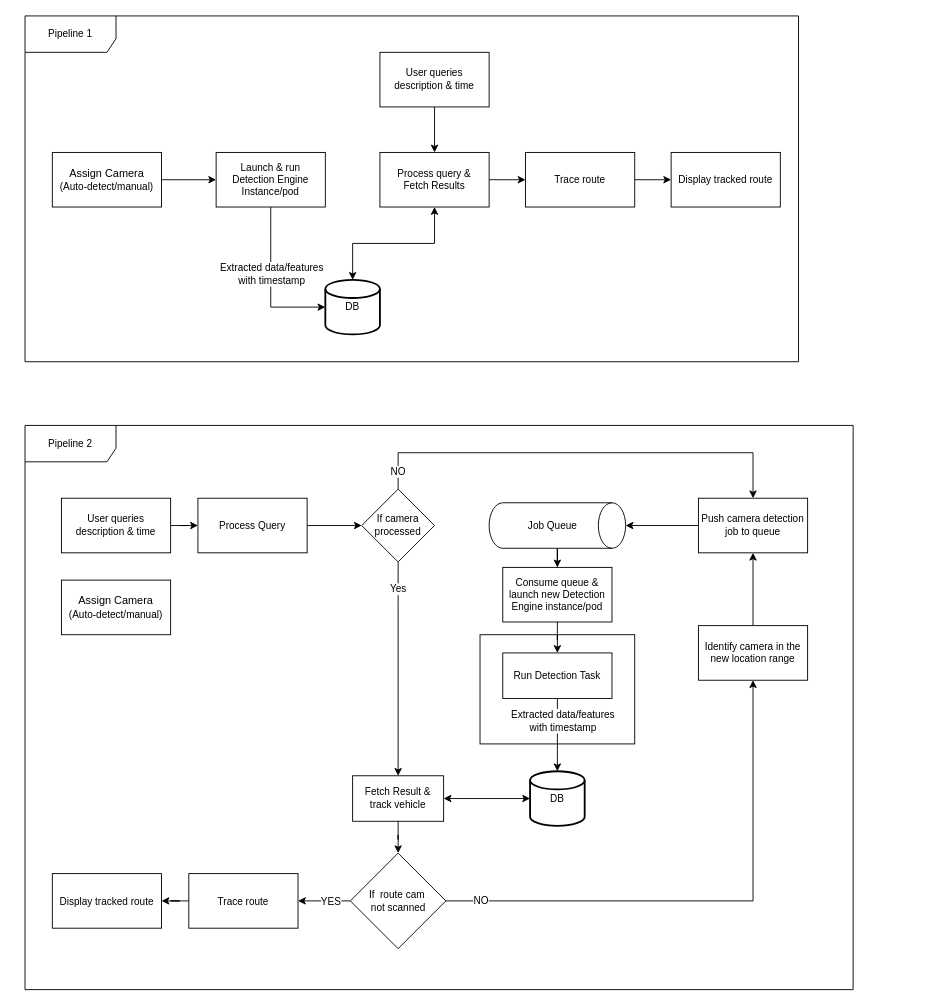
Above: page "Interaction Flow" (2 of 2) of diagrams/architecture.drawio in Project-Dragon-Fly/Dragon-Fly-Slides (draw.io), before the change. Source tidied: cells renumbered, new cells numbered last; positions are measured from the earlier drawing's top-left corner, leaving out a move shared by most shapes. Both pictures are drawn from the tidied source at 91%, with x=0, y=0 at pixel (25, 15).
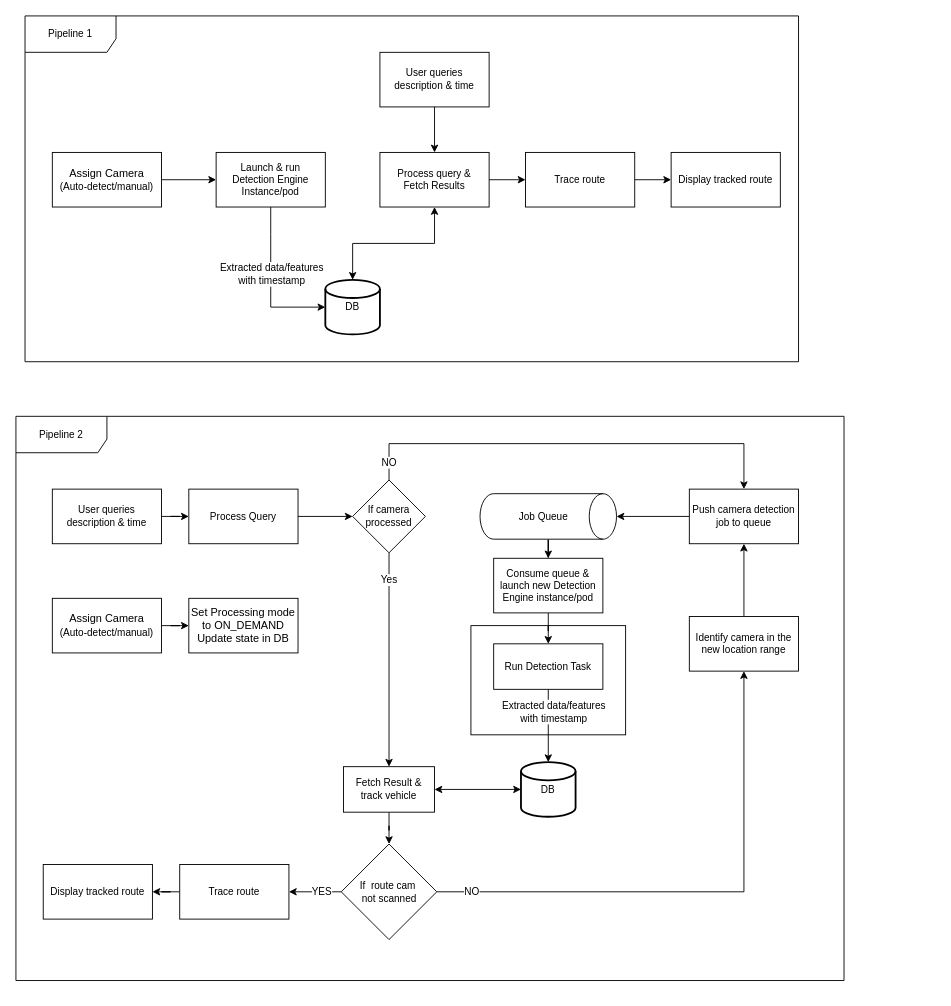
After the change.

Commit message:
Updated pipline arch

What changed in the source:
```diff
@@
     <mxCell id="2" style="group;" parent="1" vertex="1">
-      <mxGeometry x="10" y="470" width="990" height="600" as="geometry" />
+      <mxGeometry y="460" width="990" height="600" as="geometry" />
     </mxCell>
@@
+    <mxCell id="57" style="edgeStyle=orthogonalEdgeStyle;rounded=0;jettySize=auto;html=1;" parent="2" edge="1" source="5" target="58">
+      <mxGeometry relative="1" as="geometry" />
+    </mxCell>
     <mxCell id="5" value="Assign Camera&lt;br&gt;&lt;font style=&quot;font-size: 11px&quot;&gt;(Auto-detect/manual)&lt;/font&gt;" style="rounded=0;whiteSpace=wrap;html=1;" parent="2" vertex="1">
-      <mxGeometry x="30" y="150" width="120" height="60" as="geometry" />
+      <mxGeometry x="30" y="180" width="120" height="60" as="geometry" />
     </mxCell>
@@
+    <mxCell id="58" value="Set Processing mode to ON_DEMAND&lt;br&gt;Update state in DB" style="rounded=0;whiteSpace=wrap;html=1;" parent="2" vertex="1">
+      <mxGeometry x="180" y="180" width="120" height="60" as="geometry" />
+    </mxCell>
```
